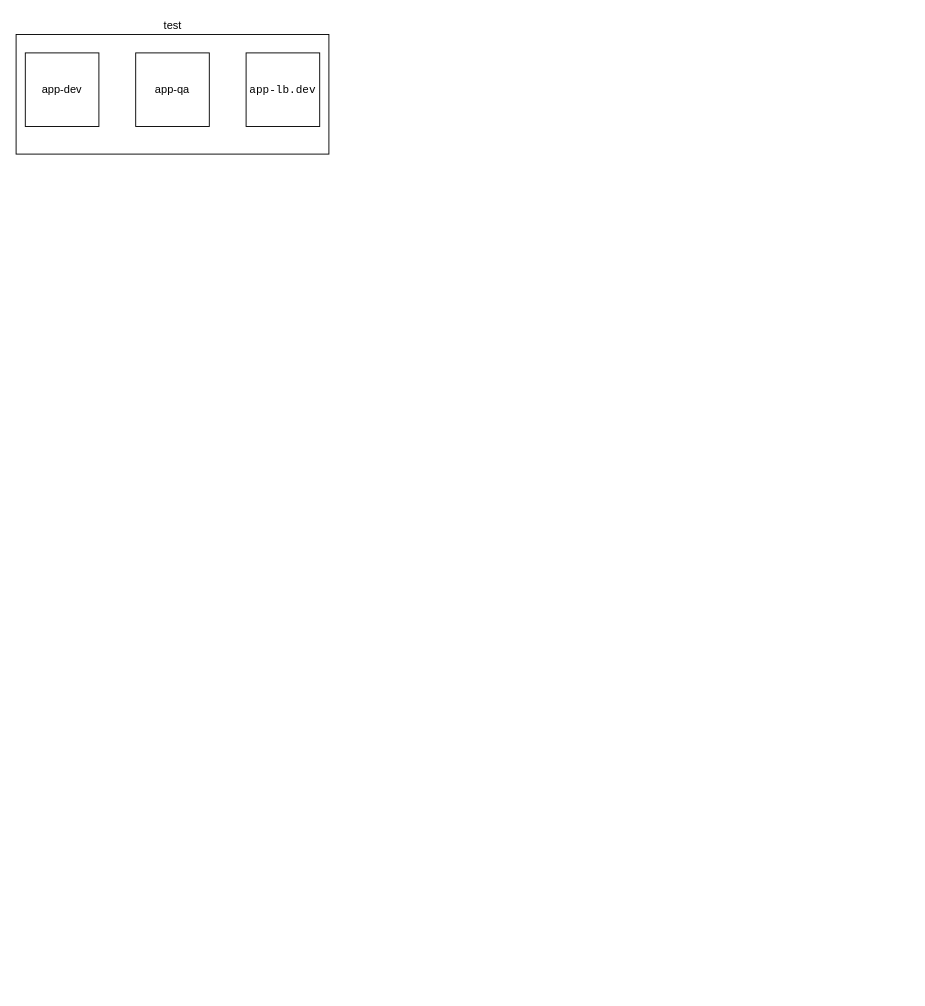
Before: Untitled Diagram.drawio in LLlKuIIeP/ansible, a draw.io diagram. Source tidied: cells renumbered, new cells numbered last; positions are measured from the earlier drawing's top-left corner, leaving out a move shared by most shapes. Both pictures are drawn from the tidied source at 92%, with x=0, y=0 at pixel (16, 16).
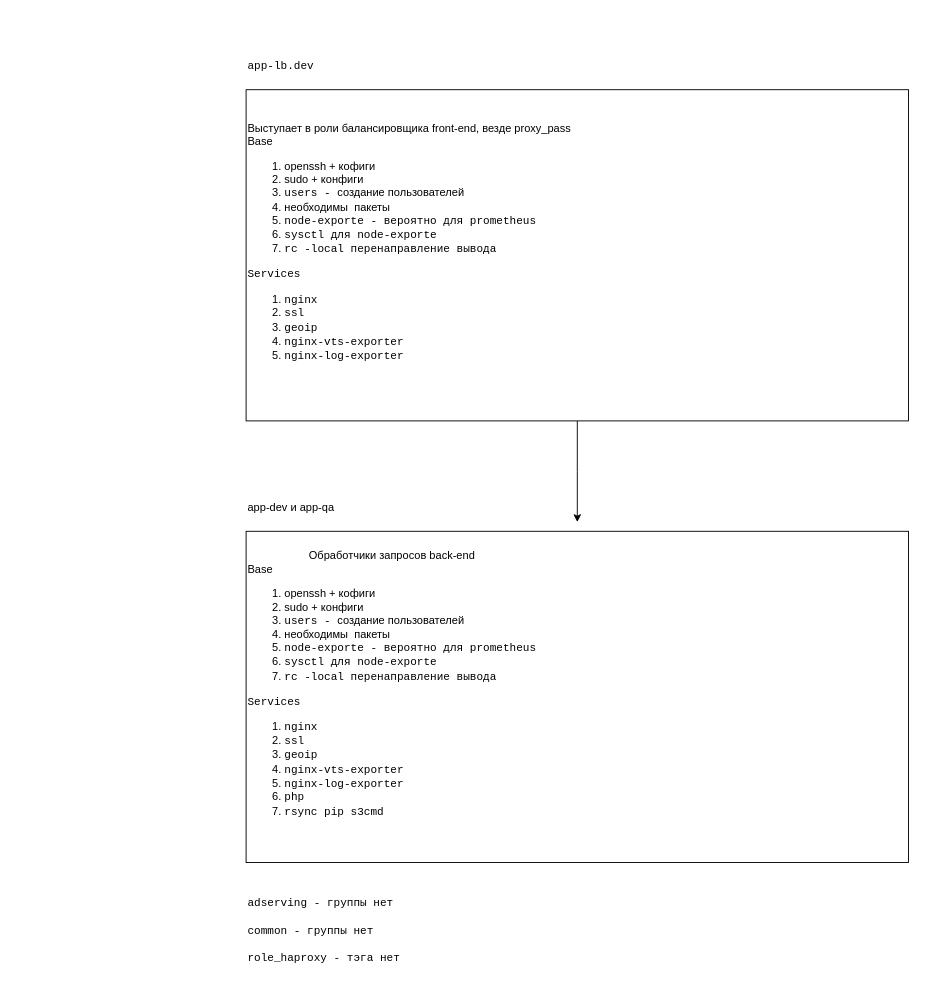
The same diagram, later.

Diff of the diagram source:
```diff
@@
 <mxGraphModel>
   <root>
     <mxCell id="0" />
     <mxCell id="1" parent="0" />
-    <mxCell id="2" style="rounded=0;whiteSpace=wrap;html=1;align=left;" parent="1" vertex="1">
-      <mxGeometry y="20" width="340" height="130" as="geometry" />
-    </mxCell>
-    <mxCell id="3" value="app-dev" style="whiteSpace=wrap;html=1;" parent="1" vertex="1">
-      <mxGeometry x="10" y="40" width="80" height="80" as="geometry" />
-    </mxCell>
-    <mxCell id="4" value="test" style="text;html=1;align=center;verticalAlign=middle;" parent="1" vertex="1">
-      <mxGeometry x="155" width="30" height="20" as="geometry" />
-    </mxCell>
-    <mxCell id="5" value="app-qa" style="whiteSpace=wrap;html=1;" parent="1" vertex="1">
-      <mxGeometry x="130" y="40" width="80" height="80" as="geometry" />
-    </mxCell>
+    <mxCell id="7" style="edgeStyle=orthogonalEdgeStyle;rounded=0;jettySize=auto;html=1;" parent="1" edge="1" source="8">
+      <mxGeometry relative="1" as="geometry">
+        <mxPoint x="610" y="550" as="targetPoint" />
+      </mxGeometry>
+    </mxCell>
+    <mxCell id="8" value="&lt;div align=&quot;center&quot;&gt;Выступает в роли балансировщика front-end, везде proxy_pass&lt;/div&gt;&lt;div&gt;Base&lt;br&gt;&lt;ol&gt;&lt;li&gt;openssh + кофиги&lt;br&gt;&lt;/li&gt;&lt;li&gt;sudo + конфиги&lt;/li&gt;&lt;li&gt;&lt;code&gt;&lt;span class=&quot;s&quot;&gt;users - &lt;/span&gt;&lt;/code&gt;создание пользователей&lt;/li&gt;&lt;li&gt;необходимы&amp;nbsp; пакеты&lt;/li&gt;&lt;li&gt;&lt;code&gt;node-exporte - вероятно для prometheus&lt;/code&gt;&lt;/li&gt;&lt;li&gt;&lt;div&gt;&lt;code&gt;&lt;span class=&quot;s&quot;&gt;sysctl для&lt;/span&gt;&lt;/code&gt;&lt;code&gt;&lt;span class=&quot;s&quot;&gt;&lt;code&gt; node-exporte&lt;/code&gt;&lt;/span&gt;&lt;/code&gt;&lt;/div&gt;&lt;/li&gt;&lt;li&gt;&lt;div&gt;&lt;span class=&quot;s&quot;&gt;&lt;code&gt;&lt;code&gt;rc -local &lt;/code&gt;перенаправление вывода&lt;/code&gt;&lt;/span&gt;&lt;/div&gt;&lt;/li&gt;&lt;/ol&gt;&lt;div&gt;&lt;code&gt;Services&lt;/code&gt;&lt;/div&gt;&lt;div&gt;&lt;ol&gt;&lt;li&gt;&lt;code&gt;nginx&lt;/code&gt;&lt;/li&gt;&lt;li&gt;&lt;code&gt;ssl&lt;/code&gt;&lt;/li&gt;&lt;li&gt;&lt;code&gt;geoip&lt;br&gt;&lt;/code&gt;&lt;/li&gt;&lt;li&gt;&lt;code&gt;nginx-vts-exporter&lt;/code&gt;&lt;/li&gt;&lt;li&gt;&lt;code&gt;nginx-log-exporter&lt;/code&gt;&lt;/li&gt;&lt;/ol&gt;&lt;/div&gt;&lt;div align=&quot;center&quot;&gt;&lt;code&gt;&lt;/code&gt;&lt;br&gt;&lt;/div&gt;&lt;/div&gt;" style="rounded=0;whiteSpace=wrap;html=1;align=left;" parent="1" vertex="1">
+      <mxGeometry x="250" y="80" width="720" height="360" as="geometry" />
+    </mxCell>
-    <mxCell id="6" value="&lt;code&gt;app-lb.dev&lt;/code&gt;" style="whiteSpace=wrap;html=1;" parent="1" vertex="1">
-      <mxGeometry x="250" y="40" width="80" height="80" as="geometry" />
+    <mxCell id="6" value="&lt;code&gt;app-lb.dev&lt;/code&gt;" style="text;whiteSpace=wrap;html=1;" parent="1" vertex="1">
+      <mxGeometry x="250" y="40" width="80" height="30" as="geometry" />
     </mxCell>
+    <mxCell id="9" value="&lt;div align=&quot;center&quot;&gt;Обработчики запросов back-end&lt;br&gt;&lt;/div&gt;&lt;div&gt;Base&lt;br&gt;&lt;ol&gt;&lt;li&gt;openssh + кофиги&lt;br&gt;&lt;/li&gt;&lt;li&gt;sudo + конфиги&lt;/li&gt;&lt;li&gt;&lt;code&gt;&lt;span class=&quot;s&quot;&gt;users - &lt;/span&gt;&lt;/code&gt;создание пользователей&lt;/li&gt;&lt;li&gt;необходимы&amp;nbsp; пакеты&lt;/li&gt;&lt;li&gt;&lt;code&gt;node-exporte - вероятно для prometheus&lt;/code&gt;&lt;/li&gt;&lt;li&gt;&lt;div&gt;&lt;code&gt;&lt;span class=&quot;s&quot;&gt;sysctl для&lt;/span&gt;&lt;/code&gt;&lt;code&gt;&lt;span class=&quot;s&quot;&gt;&lt;code&gt; node-exporte&lt;/code&gt;&lt;/span&gt;&lt;/code&gt;&lt;/div&gt;&lt;/li&gt;&lt;li&gt;&lt;div&gt;&lt;span class=&quot;s&quot;&gt;&lt;code&gt;&lt;code&gt;rc -local &lt;/code&gt;перенаправление вывода&lt;/code&gt;&lt;/span&gt;&lt;/div&gt;&lt;/li&gt;&lt;/ol&gt;&lt;div&gt;&lt;code&gt;Services&lt;/code&gt;&lt;/div&gt;&lt;div&gt;&lt;ol&gt;&lt;li&gt;&lt;code&gt;nginx&lt;/code&gt;&lt;/li&gt;&lt;li&gt;&lt;code&gt;ssl&lt;/code&gt;&lt;/li&gt;&lt;li&gt;&lt;code&gt;geoip&lt;br&gt;&lt;/code&gt;&lt;/li&gt;&lt;li&gt;&lt;code&gt;nginx-vts-exporter&lt;/code&gt;&lt;/li&gt;&lt;li&gt;&lt;code&gt;nginx-log-exporter&lt;/code&gt;&lt;/li&gt;&lt;li&gt;&lt;code&gt;php&lt;/code&gt;&lt;/li&gt;&lt;li&gt;&lt;code&gt;rsync pip s3cmd&lt;/code&gt;&lt;br&gt;&lt;/li&gt;&lt;/ol&gt;&lt;/div&gt;&lt;div align=&quot;center&quot;&gt;&lt;code&gt;&lt;/code&gt;&lt;br&gt;&lt;/div&gt;&lt;/div&gt;" style="rounded=0;whiteSpace=wrap;html=1;align=left;" parent="1" vertex="1">
+      <mxGeometry x="250" y="560" width="720" height="360" as="geometry" />
+    </mxCell>
+    <mxCell id="10" value="app-dev и app-qa" style="text;whiteSpace=wrap;html=1;" parent="1" vertex="1">
+      <mxGeometry x="250" y="520" width="100" height="30" as="geometry" />
+    </mxCell>
+    <mxCell id="11" value="&lt;div&gt;&lt;code&gt;&lt;span class=&quot;s&quot;&gt;adserving - группы нет&lt;/span&gt;&lt;/code&gt;&lt;/div&gt;&lt;div&gt;&lt;br&gt;&lt;code&gt;&lt;span class=&quot;s&quot;&gt;&lt;code&gt;common - группы нет&lt;br&gt;&lt;/code&gt;&lt;/span&gt;&lt;/code&gt;&lt;/div&gt;&lt;div&gt;&lt;br&gt;&lt;code&gt;&lt;span class=&quot;s&quot;&gt;&lt;code&gt;&lt;span class=&quot;nv&quot;&gt;role_haproxy - тэга нет&lt;/span&gt;&lt;/code&gt;&lt;/span&gt;&lt;/code&gt;&lt;/div&gt;&lt;div&gt;&lt;code&gt;&lt;span class=&quot;s&quot;&gt;&lt;code&gt;&lt;span class=&quot;nv&quot;&gt;&lt;br&gt;&lt;/span&gt;&lt;/code&gt;&lt;/span&gt;&lt;/code&gt;&lt;/div&gt;&lt;div&gt;&lt;code&gt;&lt;span class=&quot;s&quot;&gt;&lt;/span&gt;&lt;/code&gt;&lt;/div&gt;" style="text;whiteSpace=wrap;html=1;" parent="1" vertex="1">
+      <mxGeometry x="250" y="950" width="320" height="110" as="geometry" />
+    </mxCell>
   </root>
 </mxGraphModel>
```
